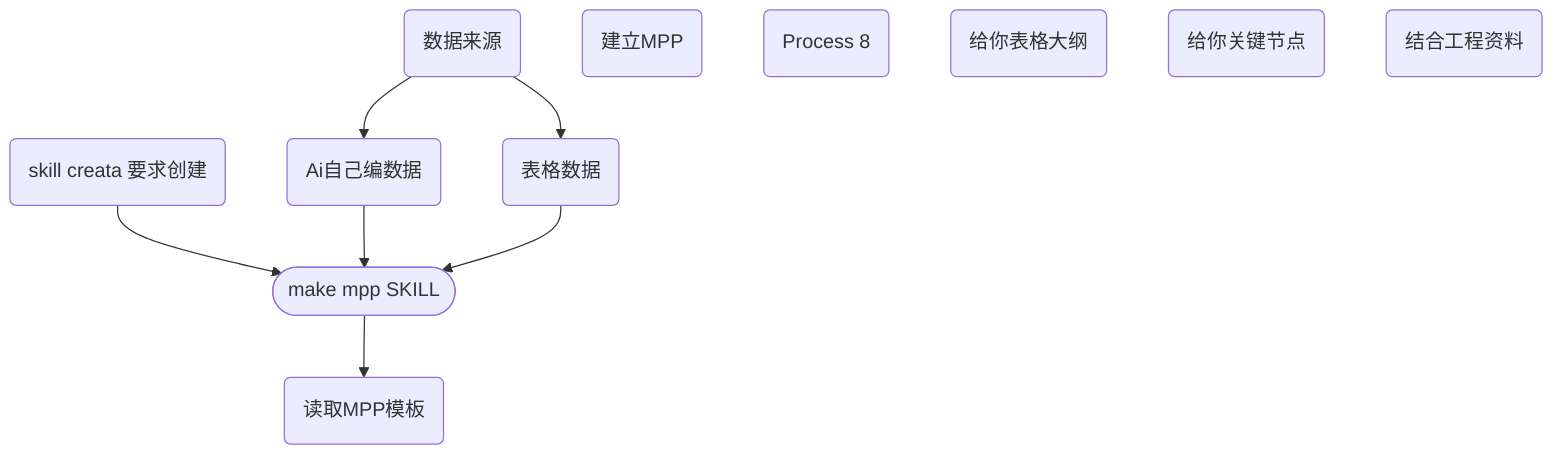
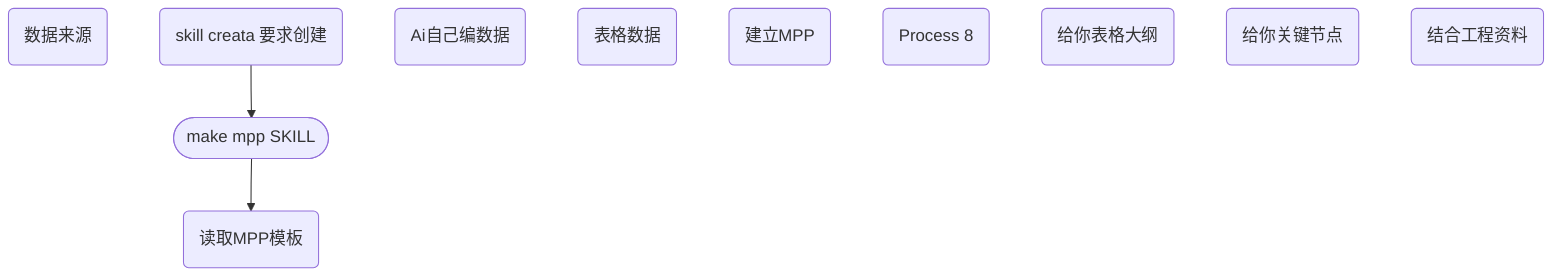
flowchart TD
  n_0(["make mpp SKILL"])
  n_1("数据来源")
  n_2("skill  creata 要求创建")
  n_3("Ai自己编数据")
  n_4("表格数据")
  n_5("建立MPP")
  n_6("读取MPP模板")
  n_7("Process 8")
  n_8("给你表格大纲")
  n_9("给你关键节点")
  n_10("结合工程资料")
-   n_1 --> n_3
-   n_1 --> n_4
  n_2 --> n_0
-   n_3 --> n_0
-   n_4 --> n_0
  n_0 --> n_6
